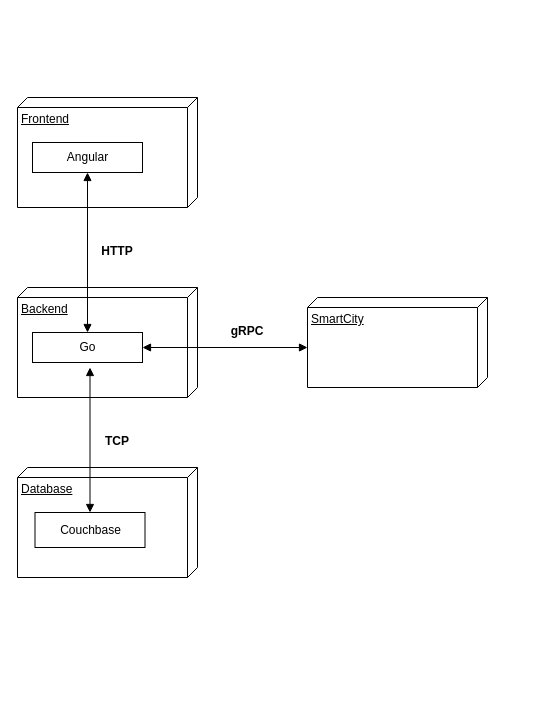
SGSE-2020/Spezifikation keeps this draw.io diagram as docs/mattis_kueper/img/SoftwareArchitektur.drawio. Above is the earlier version. Source tidied: cells renumbered, new cells numbered last; positions are measured from the earlier drawing's top-left corner, leaving out a move shared by most shapes. Both pictures are drawn from the tidied source at 100%, with x=0, y=0 at pixel (17, 97).
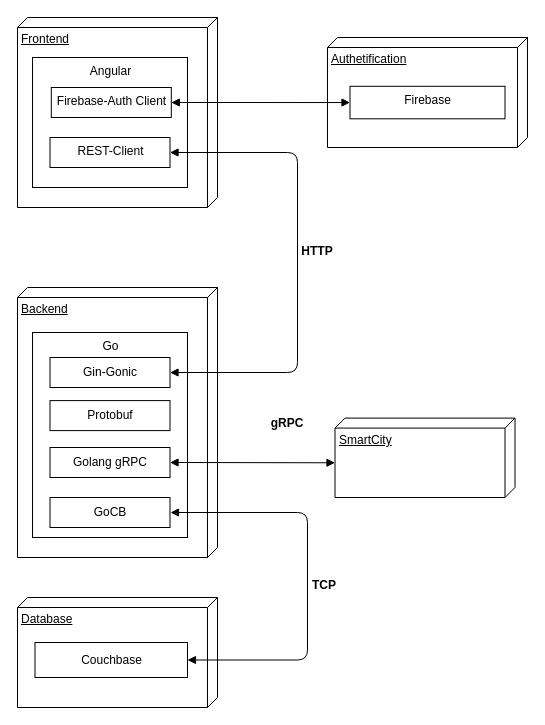
The same page after the edit.

The edit, as a diff of the source:
```diff
@@
     <mxCell id="2" value="Frontend" style="verticalAlign=top;align=left;spacingTop=8;spacingLeft=2;spacingRight=12;shape=cube;size=10;direction=south;fontStyle=4;html=1;" parent="1" vertex="1">
-      <mxGeometry width="180" height="110" as="geometry" />
+      <mxGeometry y="-80" width="200" height="190" as="geometry" />
     </mxCell>
     <mxCell id="3" value="Backend" style="verticalAlign=top;align=left;spacingTop=8;spacingLeft=2;spacingRight=12;shape=cube;size=10;direction=south;fontStyle=4;html=1;" parent="1" vertex="1">
-      <mxGeometry y="190" width="180" height="110" as="geometry" />
+      <mxGeometry y="190" width="200" height="270" as="geometry" />
     </mxCell>
     <mxCell id="4" value="SmartCity" style="verticalAlign=top;align=left;spacingTop=8;spacingLeft=2;spacingRight=12;shape=cube;size=10;direction=south;fontStyle=4;html=1;" parent="1" vertex="1">
-      <mxGeometry x="290" y="200" width="180" height="90" as="geometry" />
+      <mxGeometry x="317.5" y="320.6" width="180" height="79.4" as="geometry" />
     </mxCell>
     <mxCell id="5" value="Database" style="verticalAlign=top;align=left;spacingTop=8;spacingLeft=2;spacingRight=12;shape=cube;size=10;direction=south;fontStyle=4;html=1;" parent="1" vertex="1">
-      <mxGeometry y="370" width="180" height="110" as="geometry" />
+      <mxGeometry y="500" width="200" height="110" as="geometry" />
     </mxCell>
-    <mxCell id="6" value="Angular" style="html=1;" parent="1" vertex="1">
-      <mxGeometry x="15" y="45" width="110" height="30" as="geometry" />
+    <mxCell id="6" value="Angular" style="html=1;align=center;horizontal=1;verticalAlign=top;" parent="1" vertex="1">
+      <mxGeometry x="15" y="-40" width="155" height="130" as="geometry" />
     </mxCell>
     <mxCell id="7" value="Couchbase" style="html=1;" parent="1" vertex="1">
-      <mxGeometry x="17.5" y="415" width="110" height="35" as="geometry" />
+      <mxGeometry x="17.5" y="545" width="152.5" height="35" as="geometry" />
     </mxCell>
-    <mxCell id="8" style="endArrow=block;startArrow=block;endFill=1;startFill=1;html=1;exitX=0.5;exitY=1;exitDx=0;exitDy=0;entryX=0.5;entryY=0;entryDx=0;entryDy=0;" parent="1" edge="1" source="6" target="11">
-      <mxGeometry relative="1" as="geometry" />
-    </mxCell>
-    <mxCell id="9" style="endArrow=block;startArrow=block;endFill=1;startFill=1;html=1;exitX=0.5;exitY=1;exitDx=0;exitDy=0;entryX=0.5;entryY=0;entryDx=0;entryDy=0;" parent="1" edge="1" target="7">
-      <mxGeometry relative="1" as="geometry">
-        <mxPoint x="72.5" y="270" as="sourcePoint" />
-      </mxGeometry>
-    </mxCell>
-    <mxCell id="10" style="endArrow=block;startArrow=block;endFill=1;startFill=1;html=1;exitX=1;exitY=0.5;exitDx=0;exitDy=0;entryX=0;entryY=0;entryDx=50;entryDy=180;entryPerimeter=0;" parent="1" edge="1" source="11" target="4">
-      <mxGeometry relative="1" as="geometry" />
-    </mxCell>
-    <mxCell id="11" value="Go" style="html=1;" parent="1" vertex="1">
-      <mxGeometry x="15" y="235" width="110" height="30" as="geometry" />
+    <mxCell id="11" value="Go" style="html=1;verticalAlign=top;" parent="1" vertex="1">
+      <mxGeometry x="15" y="235" width="155" height="205" as="geometry" />
     </mxCell>
     <mxCell id="12" value="HTTP" style="text;align=center;fontStyle=1;verticalAlign=middle;spacingLeft=3;spacingRight=3;strokeColor=none;" parent="1" vertex="1">
-      <mxGeometry x="60" y="140" width="80" height="26" as="geometry" />
+      <mxGeometry x="260" y="140" width="80" height="26" as="geometry" />
     </mxCell>
     <mxCell id="13" value="TCP" style="text;align=center;fontStyle=1;verticalAlign=middle;spacingLeft=3;spacingRight=3;strokeColor=none;" parent="1" vertex="1">
-      <mxGeometry x="60" y="330" width="80" height="26" as="geometry" />
+      <mxGeometry x="267" y="474" width="80" height="26" as="geometry" />
     </mxCell>
     <mxCell id="14" value="gRPC" style="text;align=center;fontStyle=1;verticalAlign=middle;spacingLeft=3;spacingRight=3;strokeColor=none;" parent="1" vertex="1">
-      <mxGeometry x="190" y="220" width="80" height="26" as="geometry" />
+      <mxGeometry x="230" y="312" width="80" height="26" as="geometry" />
     </mxCell>
+    <mxCell id="15" value="Gin-Gonic" style="rounded=0;whiteSpace=wrap;html=1;align=center;" parent="1" vertex="1">
+      <mxGeometry x="32.5" y="260" width="120" height="30" as="geometry" />
+    </mxCell>
+    <mxCell id="16" value="REST-Client" style="html=1;align=center;horizontal=1;verticalAlign=top;" parent="1" vertex="1">
+      <mxGeometry x="32.5" y="40" width="120" height="30" as="geometry" />
+    </mxCell>
+    <mxCell id="17" value="Firebase-Auth Client" style="html=1;align=center;horizontal=1;verticalAlign=top;" parent="1" vertex="1">
+      <mxGeometry x="33.8" y="-10" width="120" height="30" as="geometry" />
+    </mxCell>
+    <mxCell id="18" value="Authetification" style="verticalAlign=top;align=left;spacingTop=8;spacingLeft=2;spacingRight=12;shape=cube;size=10;direction=south;fontStyle=4;html=1;" parent="1" vertex="1">
+      <mxGeometry x="310" y="-60" width="200" height="110" as="geometry" />
+    </mxCell>
+    <mxCell id="19" value="Firebase" style="html=1;align=center;horizontal=1;verticalAlign=top;" parent="1" vertex="1">
+      <mxGeometry x="332.5" y="-11.2" width="155" height="32.5" as="geometry" />
+    </mxCell>
+    <mxCell id="20" style="endArrow=block;startArrow=block;endFill=1;startFill=1;html=1;exitX=1;exitY=0.5;exitDx=0;exitDy=0;entryX=0;entryY=0.5;entryDx=0;entryDy=0;" parent="1" edge="1" source="17" target="19">
+      <mxGeometry relative="1" as="geometry" />
+    </mxCell>
+    <mxCell id="21" value="GoCB" style="rounded=0;whiteSpace=wrap;html=1;align=center;" parent="1" vertex="1">
+      <mxGeometry x="32.5" y="400" width="120" height="30" as="geometry" />
+    </mxCell>
+    <mxCell id="22" value="Golang gRPC" style="rounded=0;whiteSpace=wrap;html=1;align=center;" parent="1" vertex="1">
+      <mxGeometry x="32.5" y="350" width="120" height="30" as="geometry" />
+    </mxCell>
+    <mxCell id="23" style="endArrow=block;startArrow=block;endFill=1;startFill=1;html=1;exitX=1;exitY=0.5;exitDx=0;exitDy=0;entryX=0;entryY=0;entryDx=44.685;entryDy=180;entryPerimeter=0;" parent="1" edge="1" source="22" target="4">
+      <mxGeometry relative="1" as="geometry" />
+    </mxCell>
+    <mxCell id="24" style="endArrow=block;startArrow=block;endFill=1;startFill=1;html=1;entryX=1;entryY=0.5;entryDx=0;entryDy=0;edgeStyle=orthogonalEdgeStyle;" parent="1" edge="1" target="7">
+      <mxGeometry relative="1" as="geometry">
+        <mxPoint x="153" y="415" as="sourcePoint" />
+        <Array as="points">
+          <mxPoint x="290" y="415" />
+          <mxPoint x="290" y="563" />
+        </Array>
+      </mxGeometry>
+    </mxCell>
+    <mxCell id="25" style="endArrow=block;startArrow=block;endFill=1;startFill=1;html=1;exitX=1;exitY=0.5;exitDx=0;exitDy=0;entryX=1;entryY=0.5;entryDx=0;entryDy=0;edgeStyle=orthogonalEdgeStyle;" parent="1" edge="1">
+      <mxGeometry relative="1" as="geometry">
+        <mxPoint x="152.5" y="55" as="sourcePoint" />
+        <mxPoint x="152.5" y="275" as="targetPoint" />
+        <Array as="points">
+          <mxPoint x="280" y="55" />
+          <mxPoint x="280" y="275" />
+        </Array>
+      </mxGeometry>
+    </mxCell>
+    <mxCell id="26" value="Protobuf" style="rounded=0;whiteSpace=wrap;html=1;align=center;" parent="1" vertex="1">
+      <mxGeometry x="32.5" y="303.1" width="120" height="30" as="geometry" />
+    </mxCell>
```
